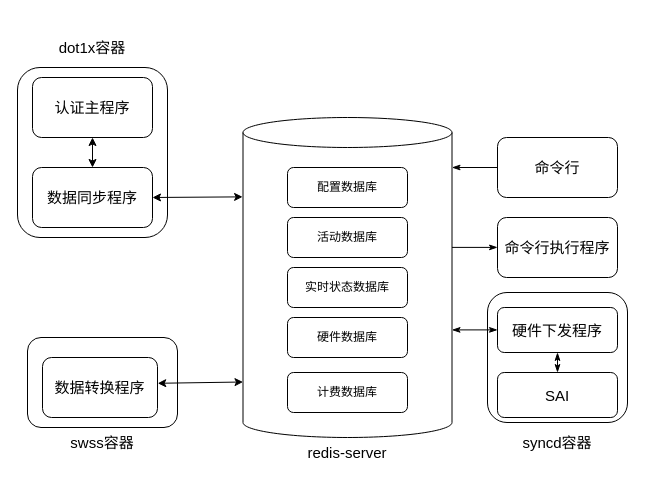
The draw.io diagram 系统结构图.drawio in PATORITU/PATORITU, before the edit. Source tidied: cells renumbered, new cells numbered last; positions are measured from the earlier drawing's top-left corner, leaving out a move shared by most shapes. Both pictures are drawn from the tidied source at 100%, with x=0, y=0 at pixel (17, 17).
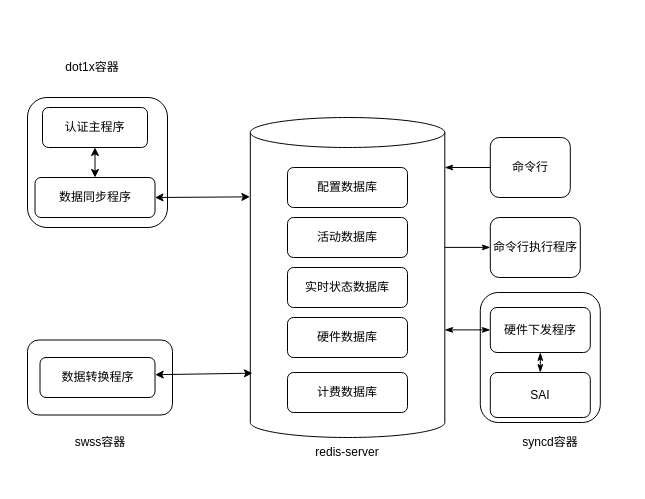
After the change.

Commit message:
更新系统结构图.drawio

The edit, as a diff of the source:
```diff
@@
-    <mxCell id="2" value="&lt;span style=&quot;font-size: 15px;&quot;&gt;redis-server&lt;/span&gt;" style="rounded=0;whiteSpace=wrap;html=1;strokeColor=none;" parent="1" vertex="1">
+    <mxCell id="2" value="&lt;font style=&quot;font-size: 12px;&quot;&gt;redis-server&lt;/font&gt;" style="rounded=0;whiteSpace=wrap;html=1;strokeColor=none;fontFamily=宋体;" parent="1" vertex="1">
       <mxGeometry x="270" y="405" width="120" height="60" as="geometry" />
     </mxCell>
-    <mxCell id="3" value="&lt;font style=&quot;font-size: 15px;&quot;&gt;syncd容器&lt;/font&gt;" style="rounded=0;whiteSpace=wrap;html=1;strokeColor=none;" parent="1" vertex="1">
-      <mxGeometry x="480" y="395" width="120" height="60" as="geometry" />
+    <mxCell id="3" value="&lt;font style=&quot;font-size: 12px;&quot;&gt;syncd容器&lt;/font&gt;" style="rounded=0;whiteSpace=wrap;html=1;strokeColor=none;fontFamily=宋体;" parent="1" vertex="1">
+      <mxGeometry x="472.8" y="395" width="120" height="60" as="geometry" />
     </mxCell>
-    <mxCell id="4" value="&lt;font style=&quot;font-size: 15px;&quot;&gt;dot1x容器&lt;/font&gt;" style="rounded=0;whiteSpace=wrap;html=1;strokeColor=none;" parent="1" vertex="1">
-      <mxGeometry x="15" width="120" height="60" as="geometry" />
+    <mxCell id="4" value="&lt;font style=&quot;font-size: 12px;&quot;&gt;dot1x容器&lt;/font&gt;" style="rounded=0;whiteSpace=wrap;html=1;strokeColor=none;fontFamily=宋体;" parent="1" vertex="1">
+      <mxGeometry x="15" y="20" width="120" height="60" as="geometry" />
     </mxCell>
-    <mxCell id="5" value="&lt;font style=&quot;font-size: 15px;&quot;&gt;swss容器&lt;/font&gt;" style="rounded=0;whiteSpace=wrap;html=1;strokeColor=none;" parent="1" vertex="1">
-      <mxGeometry x="25" y="395" width="120" height="60" as="geometry" />
+    <mxCell id="5" value="&lt;font style=&quot;font-size: 12px;&quot;&gt;swss容器&lt;/font&gt;" style="rounded=0;whiteSpace=wrap;html=1;strokeColor=none;fontFamily=宋体;" parent="1" vertex="1">
+      <mxGeometry x="22.5" y="395" width="120" height="60" as="geometry" />
     </mxCell>
-    <mxCell id="6" style="rounded=1;whiteSpace=wrap;html=1;" parent="1" vertex="1">
-      <mxGeometry x="10" y="320" width="150" height="90" as="geometry" />
+    <mxCell id="6" style="rounded=1;whiteSpace=wrap;html=1;fontFamily=宋体;" parent="1" vertex="1">
+      <mxGeometry x="10" y="322.5" width="145" height="75" as="geometry" />
     </mxCell>
-    <mxCell id="7" style="shape=cylinder3;whiteSpace=wrap;html=1;boundedLbl=1;backgroundOutline=1;size=15;" parent="1" vertex="1">
-      <mxGeometry x="225.5" y="100" width="209" height="320" as="geometry" />
+    <mxCell id="7" style="shape=cylinder3;whiteSpace=wrap;html=1;boundedLbl=1;backgroundOutline=1;size=15;fontFamily=宋体;" parent="1" vertex="1">
+      <mxGeometry x="232.8" y="100" width="194.5" height="320" as="geometry" />
     </mxCell>
-    <mxCell id="8" value="&lt;span style=&quot;font-size: 15px;&quot;&gt;数据转换程序&lt;/span&gt;" style="rounded=1;whiteSpace=wrap;html=1;" parent="1" vertex="1">
-      <mxGeometry x="25" y="340" width="115" height="60" as="geometry" />
+    <mxCell id="8" value="&lt;font style=&quot;font-size: 12px;&quot;&gt;数据转换程序&lt;/font&gt;" style="rounded=1;whiteSpace=wrap;html=1;fontFamily=宋体;" parent="1" vertex="1">
+      <mxGeometry x="22.5" y="340" width="115" height="40" as="geometry" />
     </mxCell>
-    <mxCell id="9" value="配置数据库" style="rounded=1;whiteSpace=wrap;html=1;" parent="1" vertex="1">
+    <mxCell id="9" value="配置数据库" style="rounded=1;whiteSpace=wrap;html=1;fontFamily=宋体;" parent="1" vertex="1">
       <mxGeometry x="270" y="150" width="120" height="40" as="geometry" />
     </mxCell>
-    <mxCell id="10" value="&lt;span style=&quot;font-size: 15px;&quot;&gt;命令行&lt;/span&gt;" style="rounded=1;whiteSpace=wrap;html=1;" parent="1" vertex="1">
-      <mxGeometry x="480" y="120" width="120" height="60" as="geometry" />
+    <mxCell id="10" value="&lt;font style=&quot;font-size: 12px;&quot;&gt;命令行&lt;/font&gt;" style="rounded=1;whiteSpace=wrap;html=1;fontFamily=宋体;" parent="1" vertex="1">
+      <mxGeometry x="472.8" y="120" width="80" height="60" as="geometry" />
     </mxCell>
-    <mxCell id="11" value="&lt;span style=&quot;font-size: 15px;&quot;&gt;命令行执行程序&lt;/span&gt;" style="rounded=1;whiteSpace=wrap;html=1;" parent="1" vertex="1">
-      <mxGeometry x="480" y="200" width="120" height="60" as="geometry" />
+    <mxCell id="11" value="&lt;font style=&quot;font-size: 12px;&quot;&gt;命令行执行程序&lt;/font&gt;" style="rounded=1;whiteSpace=wrap;html=1;fontFamily=宋体;" parent="1" vertex="1">
+      <mxGeometry x="472.8" y="200" width="90" height="60" as="geometry" />
     </mxCell>
-    <mxCell id="12" style="rounded=1;whiteSpace=wrap;html=1;" parent="1" vertex="1">
-      <mxGeometry x="470" y="275" width="140" height="130" as="geometry" />
+    <mxCell id="12" style="rounded=1;whiteSpace=wrap;html=1;fontFamily=宋体;" parent="1" vertex="1">
+      <mxGeometry x="462.8" y="275" width="120" height="130" as="geometry" />
     </mxCell>
-    <mxCell id="13" value="&lt;span style=&quot;font-size: 15px;&quot;&gt;硬件下发程序&lt;/span&gt;" style="rounded=1;whiteSpace=wrap;html=1;" parent="1" vertex="1">
-      <mxGeometry x="480" y="290" width="120" height="45" as="geometry" />
+    <mxCell id="13" value="&lt;font style=&quot;font-size: 12px;&quot;&gt;硬件下发程序&lt;/font&gt;" style="rounded=1;whiteSpace=wrap;html=1;fontFamily=宋体;" parent="1" vertex="1">
+      <mxGeometry x="472.8" y="290" width="100" height="45" as="geometry" />
     </mxCell>
-    <mxCell id="14" value="&lt;span style=&quot;font-size: 15px;&quot;&gt;SAI&lt;/span&gt;" style="rounded=1;whiteSpace=wrap;html=1;" parent="1" vertex="1">
-      <mxGeometry x="480" y="355" width="120" height="45" as="geometry" />
+    <mxCell id="14" value="&lt;font style=&quot;font-size: 12px;&quot;&gt;SAI&lt;/font&gt;" style="rounded=1;whiteSpace=wrap;html=1;fontFamily=宋体;" parent="1" vertex="1">
+      <mxGeometry x="472.8" y="355" width="100" height="45" as="geometry" />
     </mxCell>
-    <mxCell id="15" style="rounded=1;whiteSpace=wrap;html=1;" parent="1" vertex="1">
-      <mxGeometry y="50" width="150" height="170" as="geometry" />
+    <mxCell id="15" style="rounded=1;whiteSpace=wrap;html=1;fontFamily=宋体;" parent="1" vertex="1">
+      <mxGeometry x="10" y="80" width="140" height="130" as="geometry" />
     </mxCell>
-    <mxCell id="16" value="&lt;span style=&quot;font-size: 15px;&quot;&gt;认证主程序&lt;/span&gt;" style="rounded=1;whiteSpace=wrap;html=1;" parent="1" vertex="1">
-      <mxGeometry x="15" y="60" width="120" height="60" as="geometry" />
+    <mxCell id="16" value="&lt;font style=&quot;font-size: 12px;&quot;&gt;认证主程序&lt;/font&gt;" style="rounded=1;whiteSpace=wrap;html=1;fontFamily=宋体;" parent="1" vertex="1">
+      <mxGeometry x="25" y="90" width="105" height="40" as="geometry" />
     </mxCell>
-    <mxCell id="17" value="&lt;span style=&quot;font-size: 15px;&quot;&gt;数据同步程序&lt;/span&gt;" style="rounded=1;whiteSpace=wrap;html=1;" parent="1" vertex="1">
-      <mxGeometry x="15" y="150" width="120" height="60" as="geometry" />
+    <mxCell id="17" value="&lt;font style=&quot;font-size: 12px;&quot;&gt;数据同步程序&lt;/font&gt;" style="rounded=1;whiteSpace=wrap;html=1;fontFamily=宋体;" parent="1" vertex="1">
+      <mxGeometry x="17.5" y="160" width="120" height="40" as="geometry" />
     </mxCell>
-    <mxCell id="18" style="endArrow=classic;startArrow=classic;html=1;rounded=0;exitX=0.5;exitY=0;exitDx=0;exitDy=0;entryX=0.5;entryY=1;entryDx=0;entryDy=0;" parent="1" edge="1" source="17" target="16">
+    <mxCell id="18" style="endArrow=classic;startArrow=classic;html=1;rounded=0;exitX=0.5;exitY=0;exitDx=0;exitDy=0;entryX=0.5;entryY=1;entryDx=0;entryDy=0;fontFamily=宋体;" parent="1" edge="1" source="17" target="16">
       <mxGeometry relative="1" as="geometry" />
     </mxCell>
-    <mxCell id="19" style="endArrow=classic;startArrow=classic;html=1;rounded=0;exitX=1;exitY=0.5;exitDx=0;exitDy=0;entryX=-0.002;entryY=0.248;entryDx=0;entryDy=0;entryPerimeter=0;" parent="1" edge="1" source="17" target="7">
+    <mxCell id="19" style="endArrow=classic;startArrow=classic;html=1;rounded=0;exitX=1;exitY=0.5;exitDx=0;exitDy=0;entryX=-0.002;entryY=0.248;entryDx=0;entryDy=0;entryPerimeter=0;fontFamily=宋体;" parent="1" edge="1" source="17" target="7">
       <mxGeometry relative="1" as="geometry" />
     </mxCell>
-    <mxCell id="20" style="endArrow=classicThin;startArrow=none;html=1;rounded=0;exitX=0;exitY=0.5;exitDx=0;exitDy=0;endFill=1;startFill=0;" parent="1" edge="1" source="10">
+    <mxCell id="20" style="endArrow=classicThin;startArrow=none;html=1;rounded=0;exitX=0;exitY=0.5;exitDx=0;exitDy=0;endFill=1;startFill=0;fontFamily=宋体;" parent="1" edge="1" source="10">
       <mxGeometry relative="1" as="geometry">
-        <mxPoint x="434.5" y="150" as="targetPoint" />
+        <mxPoint x="427.2" y="150" as="targetPoint" />
       </mxGeometry>
     </mxCell>
-    <mxCell id="21" style="endArrow=classicThin;html=1;rounded=0;exitX=0.5;exitY=1;exitDx=0;exitDy=0;entryX=0.5;entryY=0;entryDx=0;entryDy=0;startArrow=classicThin;startFill=1;endFill=1;" parent="1" edge="1" source="13" target="14">
+    <mxCell id="21" style="endArrow=classicThin;html=1;rounded=0;exitX=0.5;exitY=1;exitDx=0;exitDy=0;entryX=0.5;entryY=0;entryDx=0;entryDy=0;startArrow=classicThin;startFill=1;endFill=1;fontFamily=宋体;" parent="1" edge="1" source="13" target="14">
       <mxGeometry relative="1" as="geometry" />
     </mxCell>
-    <mxCell id="22" value="活动数据库" style="rounded=1;whiteSpace=wrap;html=1;" parent="1" vertex="1">
+    <mxCell id="22" value="活动数据库" style="rounded=1;whiteSpace=wrap;html=1;fontFamily=宋体;" parent="1" vertex="1">
       <mxGeometry x="270" y="200" width="120" height="40" as="geometry" />
     </mxCell>
-    <mxCell id="23" value="计费数据库" style="rounded=1;whiteSpace=wrap;html=1;" parent="1" vertex="1">
+    <mxCell id="23" value="计费数据库" style="rounded=1;whiteSpace=wrap;html=1;fontFamily=宋体;" parent="1" vertex="1">
       <mxGeometry x="270" y="355" width="120" height="40" as="geometry" />
     </mxCell>
-    <mxCell id="24" value="硬件数据库" style="rounded=1;whiteSpace=wrap;html=1;" parent="1" vertex="1">
+    <mxCell id="24" value="硬件数据库" style="rounded=1;whiteSpace=wrap;html=1;fontFamily=宋体;" parent="1" vertex="1">
       <mxGeometry x="270" y="300" width="120" height="40" as="geometry" />
     </mxCell>
-    <mxCell id="25" value="实时状态数据库" style="rounded=1;whiteSpace=wrap;html=1;" parent="1" vertex="1">
+    <mxCell id="25" value="实时状态数据库" style="rounded=1;whiteSpace=wrap;html=1;fontFamily=宋体;" parent="1" vertex="1">
       <mxGeometry x="270" y="250" width="120" height="40" as="geometry" />
     </mxCell>
-    <mxCell id="26" style="endArrow=classic;startArrow=classic;html=1;rounded=0;exitX=1.002;exitY=0.43;exitDx=0;exitDy=0;entryX=-0.002;entryY=0.248;entryDx=0;entryDy=0;entryPerimeter=0;exitPerimeter=0;" parent="1" edge="1" source="8">
-      <mxGeometry relative="1" as="geometry">
-        <mxPoint x="225.5" y="364.5" as="targetPoint" />
-      </mxGeometry>
+    <mxCell id="26" style="endArrow=classic;startArrow=classic;html=1;rounded=0;exitX=1.002;exitY=0.43;exitDx=0;exitDy=0;entryX=0.011;entryY=0.799;entryDx=0;entryDy=0;entryPerimeter=0;exitPerimeter=0;fontFamily=宋体;" parent="1" edge="1" source="8" target="7">
+      <mxGeometry relative="1" as="geometry" />
     </mxCell>
-    <mxCell id="27" style="endArrow=none;startArrow=classicThin;html=1;rounded=0;exitX=0;exitY=0.5;exitDx=0;exitDy=0;endFill=0;startFill=1;" parent="1" edge="1">
+    <mxCell id="27" style="endArrow=none;startArrow=classicThin;html=1;rounded=0;exitX=0;exitY=0.5;exitDx=0;exitDy=0;endFill=0;startFill=1;fontFamily=宋体;" parent="1" edge="1">
       <mxGeometry relative="1" as="geometry">
-        <mxPoint x="480" y="229.9" as="sourcePoint" />
-        <mxPoint x="434.5" y="229.9" as="targetPoint" />
+        <mxPoint x="472.8" y="229.9" as="sourcePoint" />
+        <mxPoint x="427.2" y="229.9" as="targetPoint" />
       </mxGeometry>
     </mxCell>
-    <mxCell id="28" style="endArrow=classicThin;startArrow=classicThin;html=1;rounded=0;exitX=0;exitY=0.5;exitDx=0;exitDy=0;endFill=1;startFill=1;" parent="1" edge="1">
+    <mxCell id="28" style="endArrow=classicThin;startArrow=classicThin;html=1;rounded=0;exitX=0;exitY=0.5;exitDx=0;exitDy=0;endFill=1;startFill=1;fontFamily=宋体;" parent="1" edge="1">
       <mxGeometry relative="1" as="geometry">
-        <mxPoint x="480" y="312.4" as="sourcePoint" />
-        <mxPoint x="434.5" y="312.4" as="targetPoint" />
+        <mxPoint x="472.8" y="312.4" as="sourcePoint" />
+        <mxPoint x="427.2" y="312.4" as="targetPoint" />
       </mxGeometry>
     </mxCell>
```
